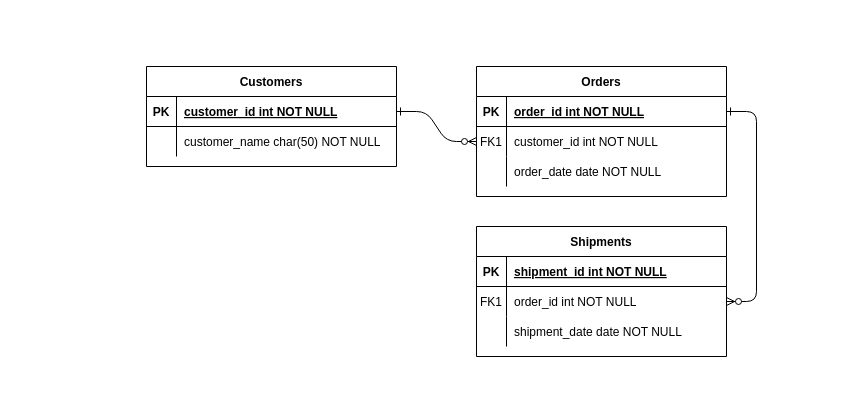
The draw.io diagram Untitled Diagram.drawio in stamatiskarvounis/Publishing_Company_CRM, before the edit. Source tidied: cells renumbered, new cells numbered last; positions are measured from the earlier drawing's top-left corner, leaving out a move shared by most shapes. Both pictures are drawn from the tidied source at 100%, with x=0, y=0 at pixel (146, 66).
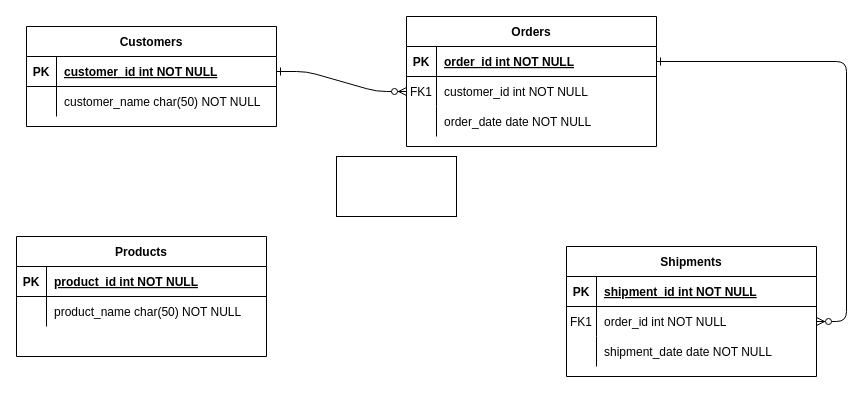
The same diagram, later.

The edit, as a diff of the source:
```diff
@@
     <mxCell id="4" value="Orders" style="shape=table;startSize=30;childLayout=tableLayout;rowLines=0;fontStyle=1;align=center;" parent="1" vertex="1">
-      <mxGeometry x="330" width="250" height="130" as="geometry" />
+      <mxGeometry x="260" y="-50" width="250" height="130" as="geometry" />
     </mxCell>
@@
     <mxCell id="14" value="Shipments" style="shape=table;startSize=30;childLayout=tableLayout;rowLines=0;fontStyle=1;align=center;" parent="1" vertex="1">
-      <mxGeometry x="330" y="160" width="250" height="130" as="geometry" />
+      <mxGeometry x="420" y="180" width="250" height="130" as="geometry" />
     </mxCell>
@@
     <mxCell id="24" value="Customers" style="shape=table;startSize=30;childLayout=tableLayout;rowLines=0;fontStyle=1;align=center;" parent="1" vertex="1">
-      <mxGeometry width="250" height="100" as="geometry" />
+      <mxGeometry x="-120" y="-40" width="250" height="100" as="geometry" />
     </mxCell>
@@
+    <mxCell id="31" style="rounded=0;whiteSpace=wrap;html=1;" parent="1" vertex="1">
+      <mxGeometry x="190" y="90" width="120" height="60" as="geometry" />
+    </mxCell>
+    <mxCell id="32" value="Products" style="shape=table;startSize=30;childLayout=tableLayout;rowLines=0;fontStyle=1;align=center;" parent="1" vertex="1">
+      <mxGeometry x="-130" y="170" width="250" height="120" as="geometry" />
+    </mxCell>
+    <mxCell id="33" style="shape=partialRectangle;fillColor=none;top=0;left=0;right=0;bottom=1;" parent="32" vertex="1">
+      <mxGeometry y="30" width="250" height="30" as="geometry" />
+    </mxCell>
+    <mxCell id="34" value="PK" style="shape=partialRectangle;overflow=hidden;fillColor=none;top=0;left=0;bottom=0;right=0;fontStyle=1;" parent="33" vertex="1">
+      <mxGeometry width="30" height="30" as="geometry" />
+    </mxCell>
+    <mxCell id="35" value="product_id int NOT NULL" style="shape=partialRectangle;overflow=hidden;fillColor=none;top=0;left=0;bottom=0;right=0;align=left;spacingLeft=6;fontStyle=5;" parent="33" vertex="1">
+      <mxGeometry x="30" width="220" height="30" as="geometry" />
+    </mxCell>
+    <mxCell id="36" style="shape=partialRectangle;fillColor=none;top=0;left=0;right=0;bottom=0;" parent="32" vertex="1">
+      <mxGeometry y="60" width="250" height="30" as="geometry" />
+    </mxCell>
+    <mxCell id="37" style="shape=partialRectangle;overflow=hidden;fillColor=none;top=0;left=0;bottom=0;right=0;" parent="36" vertex="1">
+      <mxGeometry width="30" height="30" as="geometry" />
+    </mxCell>
+    <mxCell id="38" value="product_name char(50) NOT NULL" style="shape=partialRectangle;overflow=hidden;fillColor=none;top=0;left=0;bottom=0;right=0;align=left;spacingLeft=6;" parent="36" vertex="1">
+      <mxGeometry x="30" width="220" height="30" as="geometry" />
+    </mxCell>
```
